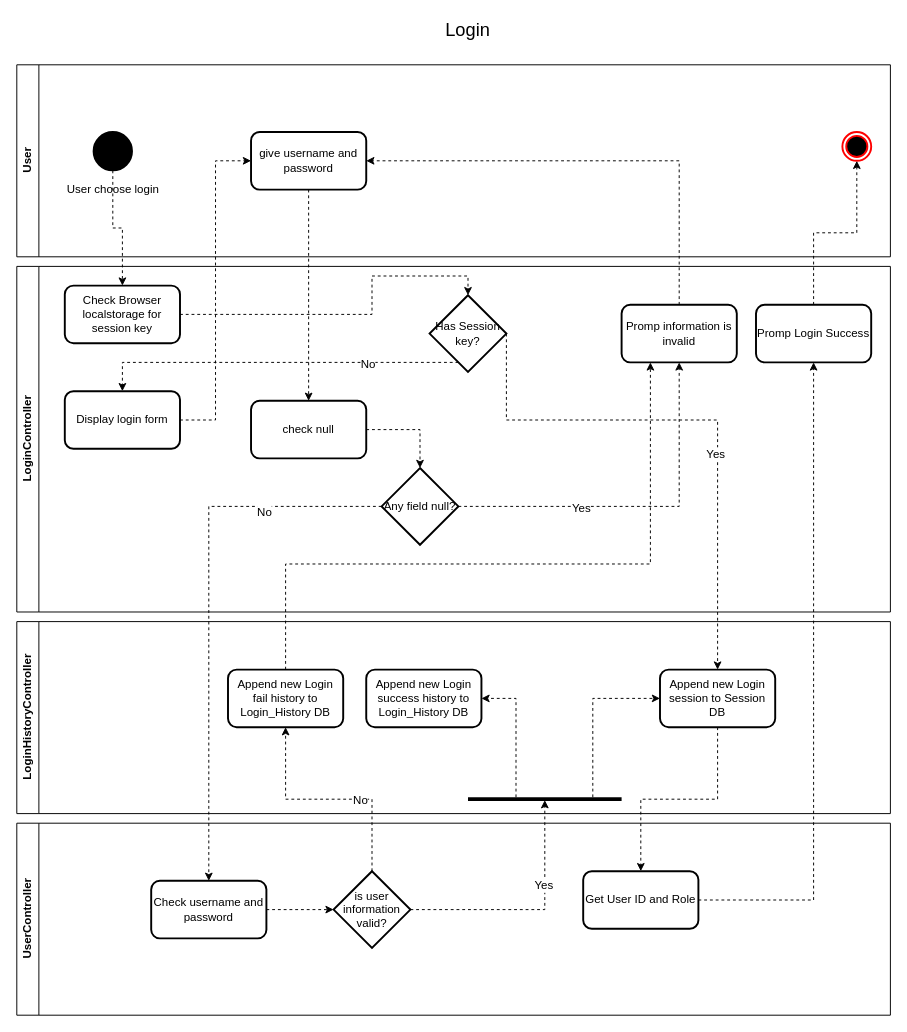
NotAsea/Hocviec keeps this draw.io diagram as Diagram/Workflow/Login.drawio. Above is the earlier version. Source tidied: cells renumbered, new cells numbered last; positions are measured from the earlier drawing's top-left corner, leaving out a move shared by most shapes. Both pictures are drawn from the tidied source at 96%, with x=0, y=0 at pixel (16, 16).
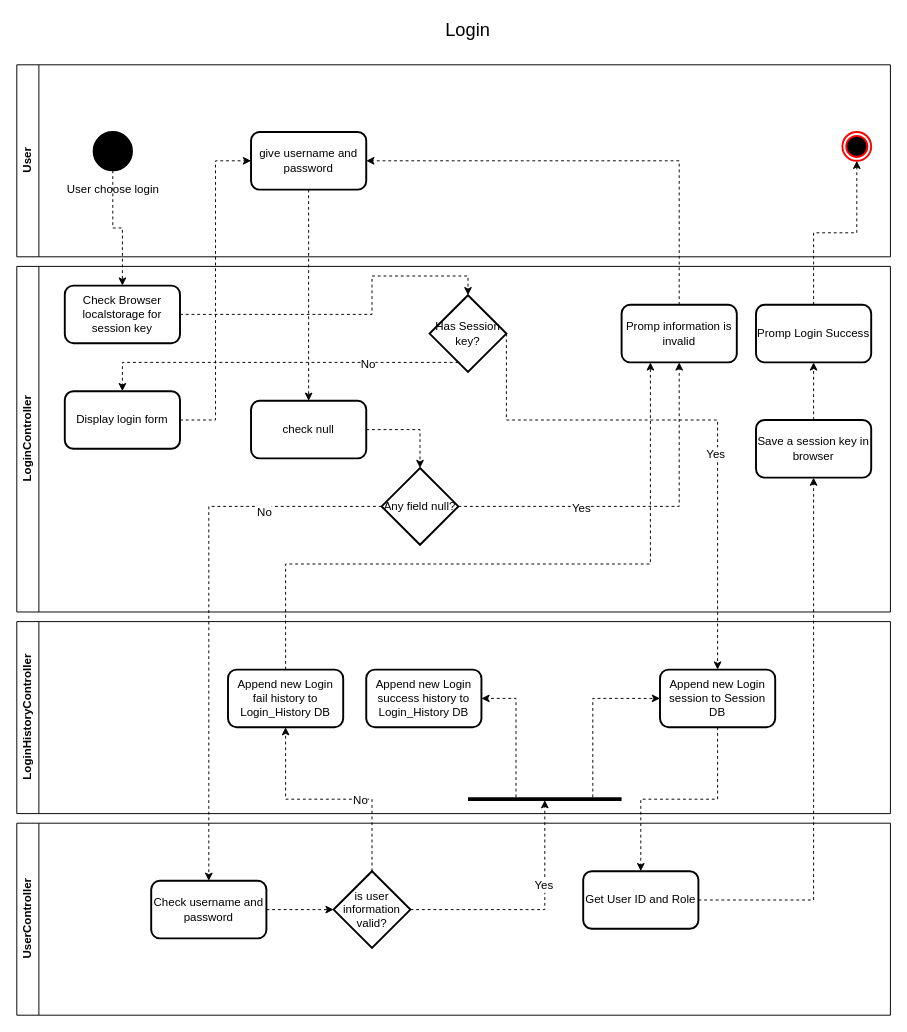
Above is the later version.

Unchanged cells that the change refers to:
```xml
<mxCell id="6" value="&lt;div&gt;LoginController&lt;/div&gt;" style="swimlane;horizontal=0;whiteSpace=wrap;html=1;" parent="1" vertex="1">
  <mxGeometry y="260" width="910" height="360" as="geometry" />
</mxCell>
<mxCell id="10" value="Promp Login Success" style="rounded=1;whiteSpace=wrap;html=1;strokeWidth=2;fontFamily=Helvetica;fontSize=12;" parent="6" vertex="1">
  <mxGeometry x="770" y="40" width="120" height="60" as="geometry" />
</mxCell>
<mxCell id="28" value="Get User ID and Role" style="rounded=1;whiteSpace=wrap;html=1;strokeWidth=2;fontFamily=Helvetica;fontSize=12;" parent="27" vertex="1">
  <mxGeometry x="590" y="50" width="120" height="60" as="geometry" />
</mxCell>
```

The edit, as a diff of the source:
```diff
@@
+    <mxCell id="49" style="edgeStyle=orthogonalEdgeStyle;rounded=0;jettySize=auto;html=1;entryX=0.5;entryY=1;entryDx=0;entryDy=0;fontSize=19;dashed=1;" parent="6" edge="1" source="50" target="10">
+      <mxGeometry relative="1" as="geometry" />
+    </mxCell>
+    <mxCell id="50" value="Save a session key in browser" style="rounded=1;whiteSpace=wrap;html=1;strokeWidth=2;fontFamily=Helvetica;fontSize=12;" parent="6" vertex="1">
+      <mxGeometry x="770" y="160" width="120" height="60" as="geometry" />
+    </mxCell>
@@
-    <mxCell id="44" style="edgeStyle=orthogonalEdgeStyle;rounded=0;jettySize=auto;html=1;entryX=0.5;entryY=1;entryDx=0;entryDy=0;dashed=1;strokeWidth=1;fontFamily=Helvetica;fontSize=12;fontColor=default;" parent="1" edge="1" source="28" target="10">
+    <mxCell id="44" style="edgeStyle=orthogonalEdgeStyle;rounded=0;jettySize=auto;html=1;dashed=1;strokeWidth=1;fontFamily=Helvetica;fontSize=12;fontColor=default;entryX=0.5;entryY=1;entryDx=0;entryDy=0;" parent="1" edge="1" source="28" target="50">
       <mxGeometry relative="1" as="geometry" />
     </mxCell>
```
